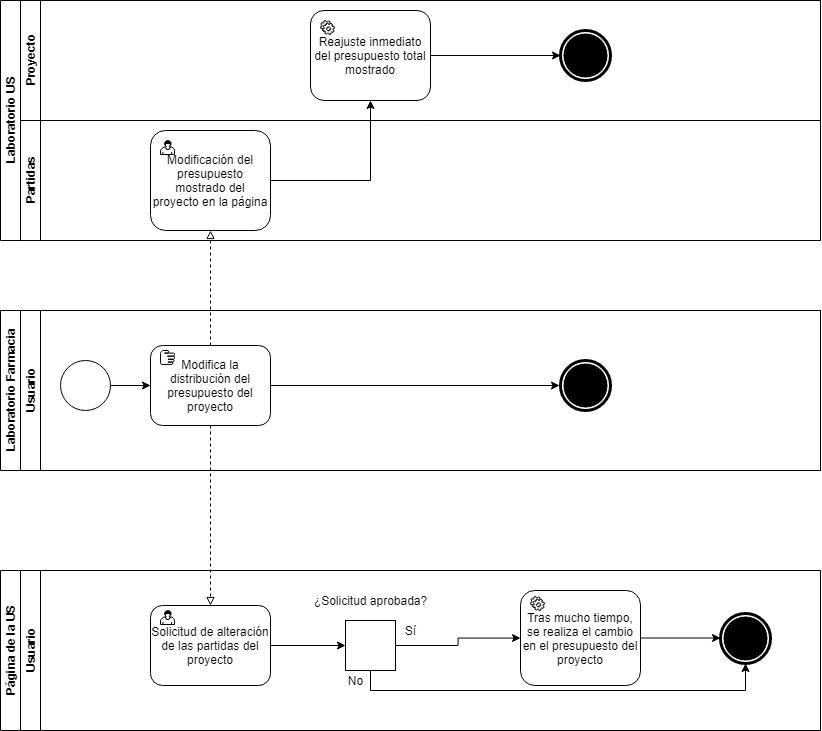
Above: Imágenes BPMN/ModificarPartidaBPMN-Implantar.png in Franbr31/IR-project (draw.io), before the change. Source tidied: cells renumbered, new cells last; positions are measured from the earlier drawing's top-left corner, leaving out a move shared by most shapes. The source it was exported from:
```xml
<mxGraphModel>
  <root>
    <mxCell id="0" />
    <mxCell id="1" parent="0" />
    <mxCell id="2" value="Laboratorio US" style="swimlane;html=1;horizontal=0;startSize=20;" parent="1" vertex="1">
      <mxGeometry width="820" height="240" as="geometry" />
    </mxCell>
    <mxCell id="3" value="Proyecto" style="swimlane;html=1;startSize=20;horizontal=0;" parent="2" vertex="1">
      <mxGeometry x="20" width="800" height="120" as="geometry" />
    </mxCell>
    <mxCell id="4" style="edgeStyle=orthogonalEdgeStyle;rounded=0;jettySize=auto;html=1;exitX=1;exitY=0.5;exitDx=0;exitDy=0;entryX=0;entryY=0.5;entryDx=0;entryDy=0;endArrow=classic;endFill=1;" parent="3" edge="1" source="5">
      <mxGeometry relative="1" as="geometry">
        <mxPoint x="540" y="55" as="targetPoint" />
      </mxGeometry>
    </mxCell>
    <mxCell id="5" value="Reajuste inmediato del presupuesto total mostrado" style="shape=ext;rounded=1;html=1;whiteSpace=wrap;" parent="3" vertex="1">
      <mxGeometry x="290" y="10" width="120" height="90" as="geometry" />
    </mxCell>
    <mxCell id="6" style="shape=mxgraph.bpmn.service_task;html=1;" parent="3" vertex="1">
      <mxGeometry x="300" y="20" width="14" height="14" as="geometry" />
    </mxCell>
    <mxCell id="7" style="shape=mxgraph.bpmn.shape;html=1;verticalLabelPosition=bottom;labelBackgroundColor=#ffffff;verticalAlign=top;align=center;perimeter=ellipsePerimeter;outline=end;symbol=terminate;" parent="3" vertex="1">
      <mxGeometry x="540" y="30" width="50" height="50" as="geometry" />
    </mxCell>
    <mxCell id="8" value="Partidas" style="swimlane;html=1;startSize=20;horizontal=0;" parent="2" vertex="1">
      <mxGeometry x="20" y="120" width="800" height="120" as="geometry" />
    </mxCell>
    <mxCell id="9" value="Modificación del presupuesto mostrado del proyecto en la página" style="shape=ext;rounded=1;html=1;whiteSpace=wrap;" parent="8" vertex="1">
      <mxGeometry x="130" y="10" width="120" height="100" as="geometry" />
    </mxCell>
    <mxCell id="10" style="shape=mxgraph.bpmn.user_task;html=1;" parent="8" vertex="1">
      <mxGeometry x="140" y="20" width="14" height="14" as="geometry" />
    </mxCell>
    <mxCell id="11" style="edgeStyle=orthogonalEdgeStyle;rounded=0;jettySize=auto;html=1;exitX=1;exitY=0.5;exitDx=0;exitDy=0;entryX=0.5;entryY=1;entryDx=0;entryDy=0;endArrow=classic;endFill=1;" parent="2" edge="1" source="9" target="5">
      <mxGeometry relative="1" as="geometry" />
    </mxCell>
    <mxCell id="12" value="Laboratorio Farmacia" style="swimlane;html=1;horizontal=0;startSize=20;" parent="1" vertex="1">
      <mxGeometry y="310" width="820" height="160" as="geometry" />
    </mxCell>
    <mxCell id="13" style="edgeStyle=orthogonalEdgeStyle;rounded=0;orthogonalLoop=1;jettySize=auto;html=1;endArrow=classic;endFill=1;" parent="12" edge="1">
      <mxGeometry relative="1" as="geometry">
        <mxPoint x="300" y="260" as="targetPoint" />
      </mxGeometry>
    </mxCell>
    <mxCell id="14" style="edgeStyle=orthogonalEdgeStyle;rounded=0;orthogonalLoop=1;jettySize=auto;html=1;endArrow=classic;endFill=1;" parent="12" edge="1">
      <mxGeometry relative="1" as="geometry">
        <mxPoint x="400" y="310" as="targetPoint" />
        <Array as="points">
          <mxPoint x="180" y="340" />
          <mxPoint x="400" y="340" />
        </Array>
      </mxGeometry>
    </mxCell>
    <mxCell id="15" value="Usuario" style="swimlane;html=1;startSize=20;horizontal=0;" parent="12" vertex="1">
      <mxGeometry x="20" width="800" height="160" as="geometry" />
    </mxCell>
    <mxCell id="16" style="edgeStyle=orthogonalEdgeStyle;rounded=0;jettySize=auto;html=1;exitX=1;exitY=0.5;exitDx=0;exitDy=0;entryX=0;entryY=0.5;entryDx=0;entryDy=0;" parent="15" edge="1" target="18">
      <mxGeometry relative="1" as="geometry">
        <mxPoint x="90" y="75" as="sourcePoint" />
      </mxGeometry>
    </mxCell>
    <mxCell id="17" style="edgeStyle=orthogonalEdgeStyle;rounded=0;jettySize=auto;html=1;exitX=1;exitY=0.5;exitDx=0;exitDy=0;entryX=0;entryY=0.5;entryDx=0;entryDy=0;endArrow=classic;endFill=1;" parent="15" edge="1" source="18">
      <mxGeometry relative="1" as="geometry">
        <mxPoint x="539" y="75" as="targetPoint" />
      </mxGeometry>
    </mxCell>
    <mxCell id="18" value="Modifica la distribución del presupuesto del proyecto" style="shape=ext;rounded=1;html=1;whiteSpace=wrap;" parent="15" vertex="1">
      <mxGeometry x="130" y="35" width="120" height="80" as="geometry" />
    </mxCell>
    <mxCell id="19" style="shape=mxgraph.bpmn.manual_task;html=1;" parent="15" vertex="1">
      <mxGeometry x="140" y="40" width="14" height="14" as="geometry" />
    </mxCell>
    <mxCell id="20" style="shape=mxgraph.bpmn.shape;html=1;verticalLabelPosition=bottom;labelBackgroundColor=#ffffff;verticalAlign=top;align=center;perimeter=ellipsePerimeter;outline=standard;symbol=general;" parent="15" vertex="1">
      <mxGeometry x="40" y="50" width="50" height="50" as="geometry" />
    </mxCell>
    <mxCell id="21" style="shape=mxgraph.bpmn.shape;html=1;verticalLabelPosition=bottom;labelBackgroundColor=#ffffff;verticalAlign=top;align=center;perimeter=ellipsePerimeter;outline=end;symbol=terminate;" parent="15" vertex="1">
      <mxGeometry x="540" y="50" width="50" height="50" as="geometry" />
    </mxCell>
    <mxCell id="22" style="edgeStyle=orthogonalEdgeStyle;rounded=0;jettySize=auto;html=1;exitX=0.5;exitY=0;exitDx=0;exitDy=0;entryX=0.5;entryY=1;entryDx=0;entryDy=0;dashed=1;endArrow=block;endFill=0;" parent="1" edge="1" source="18" target="9">
      <mxGeometry relative="1" as="geometry" />
    </mxCell>
    <mxCell id="23" value="Página de la US" style="swimlane;html=1;horizontal=0;startSize=20;" parent="1" vertex="1">
      <mxGeometry y="570" width="820" height="160" as="geometry" />
    </mxCell>
    <mxCell id="24" style="edgeStyle=orthogonalEdgeStyle;rounded=0;orthogonalLoop=1;jettySize=auto;html=1;endArrow=classic;endFill=1;" parent="23" edge="1">
      <mxGeometry relative="1" as="geometry">
        <mxPoint x="300" y="260" as="targetPoint" />
      </mxGeometry>
    </mxCell>
    <mxCell id="25" style="edgeStyle=orthogonalEdgeStyle;rounded=0;orthogonalLoop=1;jettySize=auto;html=1;endArrow=classic;endFill=1;" parent="23" edge="1">
      <mxGeometry relative="1" as="geometry">
        <mxPoint x="400" y="310" as="targetPoint" />
        <Array as="points">
          <mxPoint x="180" y="340" />
          <mxPoint x="400" y="340" />
        </Array>
      </mxGeometry>
    </mxCell>
    <mxCell id="26" value="Usuario" style="swimlane;html=1;startSize=20;horizontal=0;" parent="23" vertex="1">
      <mxGeometry x="20" width="800" height="160" as="geometry" />
    </mxCell>
    <mxCell id="27" style="edgeStyle=orthogonalEdgeStyle;rounded=0;jettySize=auto;html=1;exitX=1;exitY=0.5;exitDx=0;exitDy=0;entryX=0;entryY=0.5;entryDx=0;entryDy=0;endArrow=classic;endFill=1;" parent="26" edge="1" source="28" target="35">
      <mxGeometry relative="1" as="geometry" />
    </mxCell>
    <mxCell id="28" value="Solicitud de alteración de las partidas del proyecto" style="shape=ext;rounded=1;html=1;whiteSpace=wrap;" parent="26" vertex="1">
      <mxGeometry x="130" y="35" width="120" height="80" as="geometry" />
    </mxCell>
    <mxCell id="29" style="shape=mxgraph.bpmn.user_task;html=1;" parent="26" vertex="1">
      <mxGeometry x="140" y="40" width="14" height="14" as="geometry" />
    </mxCell>
    <mxCell id="30" style="edgeStyle=orthogonalEdgeStyle;rounded=0;jettySize=auto;html=1;exitX=1;exitY=0.5;exitDx=0;exitDy=0;entryX=0;entryY=0.5;entryDx=0;entryDy=0;endArrow=classic;endFill=1;" parent="26" edge="1" source="31">
      <mxGeometry relative="1" as="geometry">
        <mxPoint x="700" y="67.5" as="targetPoint" />
      </mxGeometry>
    </mxCell>
    <mxCell id="31" value="Tras mucho tiempo, se realiza el cambio en el presupuesto del proyecto" style="shape=ext;rounded=1;html=1;whiteSpace=wrap;" parent="26" vertex="1">
      <mxGeometry x="500" y="20" width="120" height="95" as="geometry" />
    </mxCell>
    <mxCell id="32" style="shape=mxgraph.bpmn.service_task;html=1;" parent="26" vertex="1">
      <mxGeometry x="510" y="26" width="14" height="14" as="geometry" />
    </mxCell>
    <mxCell id="33" style="edgeStyle=orthogonalEdgeStyle;rounded=0;jettySize=auto;html=1;exitX=1;exitY=0.5;exitDx=0;exitDy=0;endArrow=classic;endFill=1;" parent="26" edge="1" source="35" target="31">
      <mxGeometry relative="1" as="geometry" />
    </mxCell>
    <mxCell id="34" style="edgeStyle=orthogonalEdgeStyle;rounded=0;jettySize=auto;html=1;exitX=0.5;exitY=1;exitDx=0;exitDy=0;entryX=0.5;entryY=1;entryDx=0;entryDy=0;endArrow=classic;endFill=1;" parent="26" edge="1" source="35" target="39">
      <mxGeometry relative="1" as="geometry" />
    </mxCell>
    <mxCell id="35" style="shape=mxgraph.bpmn.shape;html=1;verticalLabelPosition=bottom;labelBackgroundColor=#ffffff;verticalAlign=top;align=center;perimeter=rhombusPerimeter;background=gateway;outlineConnect=0;outline=none;symbol=exclusiveGw;" parent="26" vertex="1">
      <mxGeometry x="325" y="50" width="50" height="50" as="geometry" />
    </mxCell>
    <mxCell id="36" value="¿Solicitud aprobada?" style="text;html=1;align=center;verticalAlign=middle;" parent="26" vertex="1">
      <mxGeometry x="285" y="20" width="130" height="20" as="geometry" />
    </mxCell>
    <mxCell id="37" value="Sí" style="text;html=1;align=center;verticalAlign=middle;" parent="26" vertex="1">
      <mxGeometry x="375" y="50" width="30" height="20" as="geometry" />
    </mxCell>
    <mxCell id="38" value="No" style="text;html=1;align=center;verticalAlign=middle;" parent="26" vertex="1">
      <mxGeometry x="320" y="100" width="30" height="20" as="geometry" />
    </mxCell>
    <mxCell id="39" style="shape=mxgraph.bpmn.shape;html=1;verticalLabelPosition=bottom;labelBackgroundColor=#ffffff;verticalAlign=top;align=center;perimeter=ellipsePerimeter;outlineConnect=0;outline=end;symbol=terminate;" parent="26" vertex="1">
      <mxGeometry x="700" y="43" width="50" height="50" as="geometry" />
    </mxCell>
    <mxCell id="40" style="edgeStyle=orthogonalEdgeStyle;rounded=0;jettySize=auto;html=1;exitX=0.5;exitY=1;exitDx=0;exitDy=0;endArrow=block;endFill=0;dashed=1;" parent="1" edge="1" source="18" target="28">
      <mxGeometry relative="1" as="geometry" />
    </mxCell>
  </root>
</mxGraphModel>
```
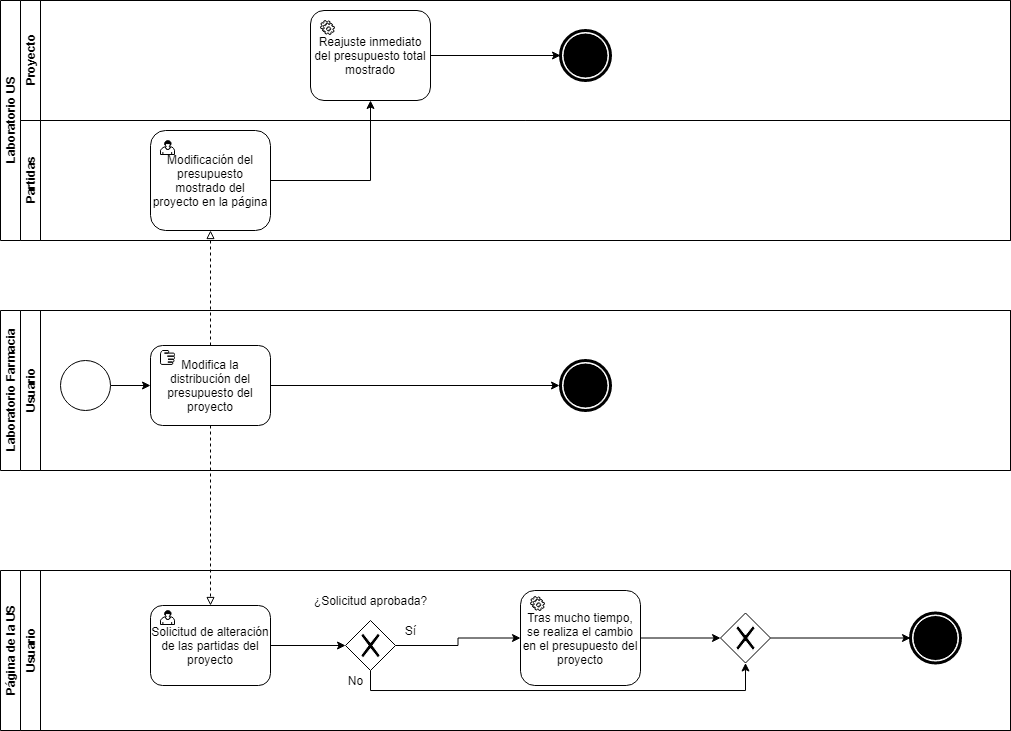
After the change.

Diff of the diagram source:
```diff
@@ -3,10 +3,10 @@
     <mxCell id="0" />
     <mxCell id="1" parent="0" />
     <mxCell id="2" value="Laboratorio US" style="swimlane;html=1;horizontal=0;startSize=20;" parent="1" vertex="1">
-      <mxGeometry width="820" height="240" as="geometry" />
+      <mxGeometry width="1010" height="240" as="geometry" />
     </mxCell>
     <mxCell id="3" value="Proyecto" style="swimlane;html=1;startSize=20;horizontal=0;" parent="2" vertex="1">
-      <mxGeometry x="20" width="800" height="120" as="geometry" />
+      <mxGeometry x="20" width="990" height="120" as="geometry" />
     </mxCell>
     <mxCell id="4" style="edgeStyle=orthogonalEdgeStyle;rounded=0;jettySize=auto;html=1;exitX=1;exitY=0.5;exitDx=0;exitDy=0;entryX=0;entryY=0.5;entryDx=0;entryDy=0;endArrow=classic;endFill=1;" parent="3" edge="1" source="5">
       <mxGeometry relative="1" as="geometry">
@@ -23,7 +23,7 @@
       <mxGeometry x="540" y="30" width="50" height="50" as="geometry" />
     </mxCell>
     <mxCell id="8" value="Partidas" style="swimlane;html=1;startSize=20;horizontal=0;" parent="2" vertex="1">
-      <mxGeometry x="20" y="120" width="800" height="120" as="geometry" />
+      <mxGeometry x="20" y="120" width="990" height="120" as="geometry" />
     </mxCell>
     <mxCell id="9" value="Modificación del presupuesto mostrado del proyecto en la página" style="shape=ext;rounded=1;html=1;whiteSpace=wrap;" parent="8" vertex="1">
       <mxGeometry x="130" y="10" width="120" height="100" as="geometry" />
@@ -35,7 +35,7 @@
       <mxGeometry relative="1" as="geometry" />
     </mxCell>
     <mxCell id="12" value="Laboratorio Farmacia" style="swimlane;html=1;horizontal=0;startSize=20;" parent="1" vertex="1">
-      <mxGeometry y="310" width="820" height="160" as="geometry" />
+      <mxGeometry y="310" width="1010" height="160" as="geometry" />
     </mxCell>
     <mxCell id="13" style="edgeStyle=orthogonalEdgeStyle;rounded=0;orthogonalLoop=1;jettySize=auto;html=1;endArrow=classic;endFill=1;" parent="12" edge="1">
       <mxGeometry relative="1" as="geometry">
@@ -52,7 +52,7 @@
       </mxGeometry>
     </mxCell>
     <mxCell id="15" value="Usuario" style="swimlane;html=1;startSize=20;horizontal=0;" parent="12" vertex="1">
-      <mxGeometry x="20" width="800" height="160" as="geometry" />
+      <mxGeometry x="20" width="990" height="160" as="geometry" />
     </mxCell>
     <mxCell id="16" style="edgeStyle=orthogonalEdgeStyle;rounded=0;jettySize=auto;html=1;exitX=1;exitY=0.5;exitDx=0;exitDy=0;entryX=0;entryY=0.5;entryDx=0;entryDy=0;" parent="15" edge="1" target="18">
       <mxGeometry relative="1" as="geometry">
@@ -80,7 +80,7 @@
       <mxGeometry relative="1" as="geometry" />
     </mxCell>
     <mxCell id="23" value="Página de la US" style="swimlane;html=1;horizontal=0;startSize=20;" parent="1" vertex="1">
-      <mxGeometry y="570" width="820" height="160" as="geometry" />
+      <mxGeometry y="570" width="1010" height="160" as="geometry" />
     </mxCell>
     <mxCell id="24" style="edgeStyle=orthogonalEdgeStyle;rounded=0;orthogonalLoop=1;jettySize=auto;html=1;endArrow=classic;endFill=1;" parent="23" edge="1">
       <mxGeometry relative="1" as="geometry">
@@ -97,7 +97,7 @@
       </mxGeometry>
     </mxCell>
     <mxCell id="26" value="Usuario" style="swimlane;html=1;startSize=20;horizontal=0;" parent="23" vertex="1">
-      <mxGeometry x="20" width="800" height="160" as="geometry" />
+      <mxGeometry x="20" width="990" height="160" as="geometry" />
     </mxCell>
     <mxCell id="27" style="edgeStyle=orthogonalEdgeStyle;rounded=0;jettySize=auto;html=1;exitX=1;exitY=0.5;exitDx=0;exitDy=0;entryX=0;entryY=0.5;entryDx=0;entryDy=0;endArrow=classic;endFill=1;" parent="26" edge="1" source="28" target="35">
       <mxGeometry relative="1" as="geometry" />
@@ -122,7 +122,7 @@
     <mxCell id="33" style="edgeStyle=orthogonalEdgeStyle;rounded=0;jettySize=auto;html=1;exitX=1;exitY=0.5;exitDx=0;exitDy=0;endArrow=classic;endFill=1;" parent="26" edge="1" source="35" target="31">
       <mxGeometry relative="1" as="geometry" />
     </mxCell>
-    <mxCell id="34" style="edgeStyle=orthogonalEdgeStyle;rounded=0;jettySize=auto;html=1;exitX=0.5;exitY=1;exitDx=0;exitDy=0;entryX=0.5;entryY=1;entryDx=0;entryDy=0;endArrow=classic;endFill=1;" parent="26" edge="1" source="35" target="39">
+    <mxCell id="34" style="edgeStyle=orthogonalEdgeStyle;rounded=0;jettySize=auto;html=1;exitX=0.5;exitY=1;exitDx=0;exitDy=0;entryX=0.5;entryY=1;entryDx=0;entryDy=0;endArrow=classic;endFill=1;" parent="26" edge="1" source="35" target="42">
       <mxGeometry relative="1" as="geometry" />
     </mxCell>
     <mxCell id="35" style="shape=mxgraph.bpmn.shape;html=1;verticalLabelPosition=bottom;labelBackgroundColor=#ffffff;verticalAlign=top;align=center;perimeter=rhombusPerimeter;background=gateway;outlineConnect=0;outline=none;symbol=exclusiveGw;" parent="26" vertex="1">
@@ -138,8 +138,14 @@
       <mxGeometry x="320" y="100" width="30" height="20" as="geometry" />
     </mxCell>
     <mxCell id="39" style="shape=mxgraph.bpmn.shape;html=1;verticalLabelPosition=bottom;labelBackgroundColor=#ffffff;verticalAlign=top;align=center;perimeter=ellipsePerimeter;outlineConnect=0;outline=end;symbol=terminate;" parent="26" vertex="1">
-      <mxGeometry x="700" y="43" width="50" height="50" as="geometry" />
+      <mxGeometry x="890" y="42.5" width="50" height="50" as="geometry" />
     </mxCell>
+    <mxCell id="41" style="edgeStyle=orthogonalEdgeStyle;rounded=0;jettySize=auto;html=1;exitX=1;exitY=0.5;exitDx=0;exitDy=0;" parent="26" edge="1" source="42" target="39">
+      <mxGeometry relative="1" as="geometry" />
+    </mxCell>
+    <mxCell id="42" style="shape=mxgraph.bpmn.shape;html=1;verticalLabelPosition=bottom;labelBackgroundColor=#ffffff;verticalAlign=top;align=center;perimeter=rhombusPerimeter;background=gateway;outlineConnect=0;outline=none;symbol=exclusiveGw;" parent="26" vertex="1">
+      <mxGeometry x="700" y="42.5" width="50" height="50" as="geometry" />
+    </mxCell>
     <mxCell id="40" style="edgeStyle=orthogonalEdgeStyle;rounded=0;jettySize=auto;html=1;exitX=0.5;exitY=1;exitDx=0;exitDy=0;endArrow=block;endFill=0;dashed=1;" parent="1" edge="1" source="18" target="28">
       <mxGeometry relative="1" as="geometry" />
     </mxCell>
```
